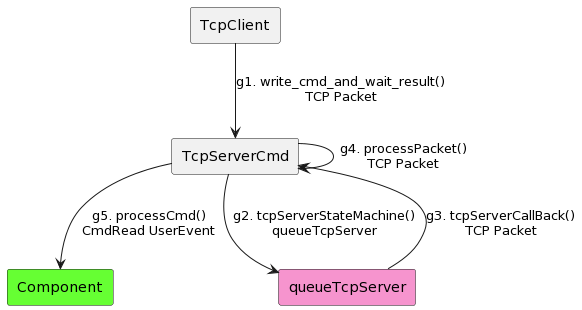
This is doc/images/commandToComponent.png from lsst-ts/ts_labview_tcp_json, a PlantUML export, as it was before one commit.
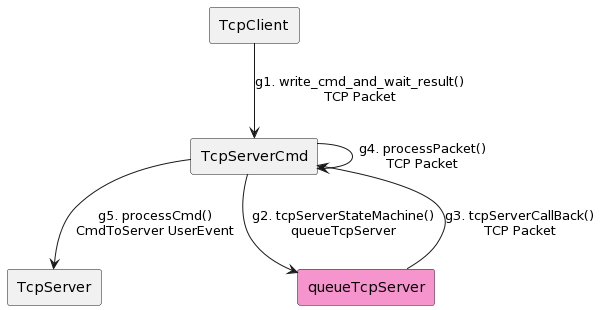
The same diagram one commit later.

Change to the diagram source:
```diff
@@ -3,7 +3,7 @@
 
 rectangle TcpClient as TC
 rectangle TcpServerCmd as TSC
-rectangle Component #66ff33
+rectangle TcpServer as TS
 
 rectangle queueTcpServer as QTS #F694CE
 
@@ -11,5 +11,5 @@
 TSC --> QTS : g2. tcpServerStateMachine()\nqueueTcpServer
 QTS --> TSC : g3. tcpServerCallBack()\nTCP Packet
 TSC --> TSC : g4. processPacket()\nTCP Packet
-TSC --> Component : g5. processCmd()\nCmdRead UserEvent
+TSC --> TS : g5. processCmd()\nCmdToServer UserEvent
 @enduml
```
